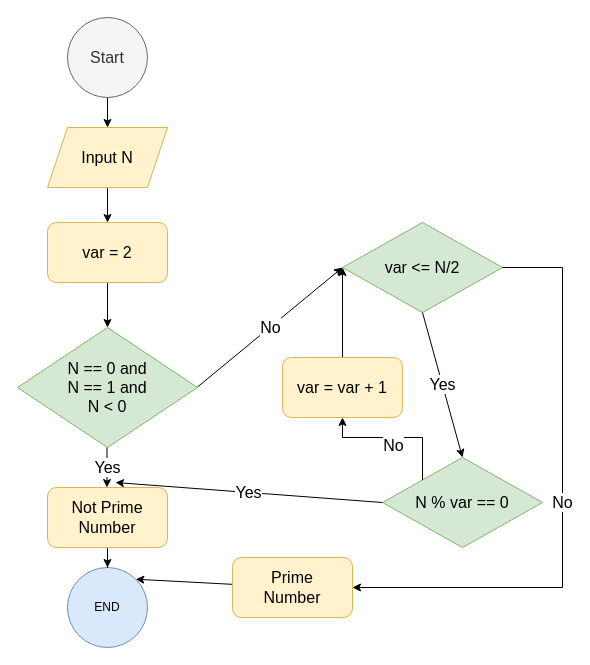
Above: ex002/other/d.drawio in YuriiOsipchuk/HomeWorkGo (draw.io), before the change. Source tidied: cells renumbered, new cells numbered last; positions are measured from the earlier drawing's top-left corner, leaving out a move shared by most shapes. Both pictures are drawn from the tidied source at 100%, with x=0, y=0 at pixel (17, 17).
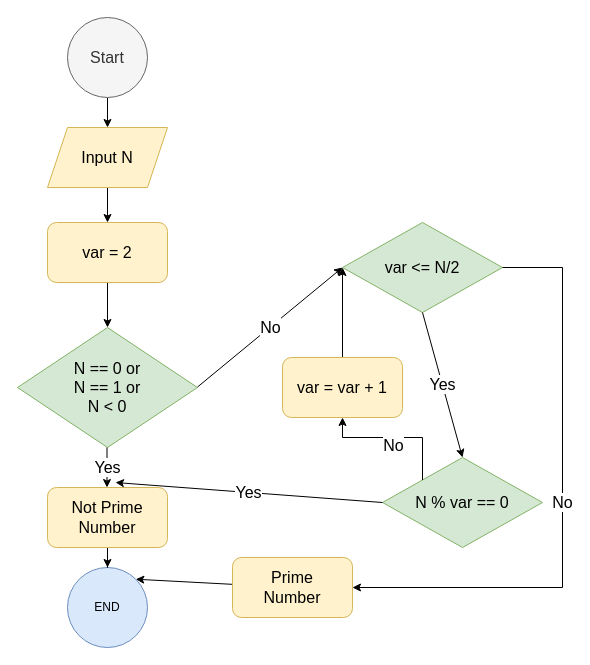
After the change.

The edit, as a diff of the source:
```diff
@@
-    <mxCell id="7" value="&lt;div&gt;N == 0 and&lt;/div&gt;&lt;div&gt;N == 1 and&lt;/div&gt;&lt;div&gt;N &amp;lt; 0&lt;br&gt;&lt;/div&gt;" style="rhombus;whiteSpace=wrap;html=1;fontSize=16;fillColor=#d5e8d4;strokeColor=#82b366;" parent="1" vertex="1">
+    <mxCell id="7" value="&lt;div&gt;N == 0 or&lt;/div&gt;&lt;div&gt;N == 1 or&lt;/div&gt;&lt;div&gt;N &amp;lt; 0&lt;br&gt;&lt;/div&gt;" style="rhombus;whiteSpace=wrap;html=1;fontSize=16;fillColor=#d5e8d4;strokeColor=#82b366;" parent="1" vertex="1">
       <mxGeometry y="310" width="180" height="120" as="geometry" />
     </mxCell>
```
